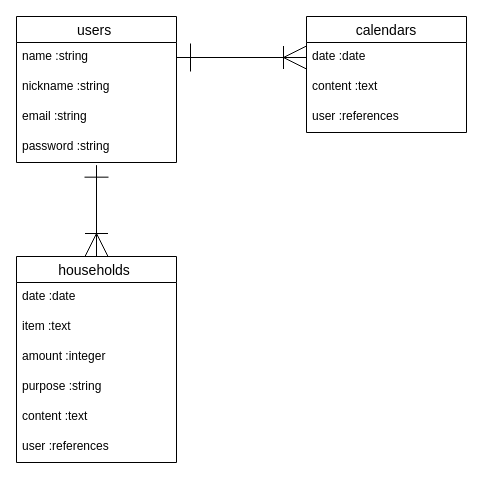
Above: er-view.dio in yukimaru93/chronicle_step (draw.io), before the change. Source tidied: cells renumbered, new cells numbered last; positions are measured from the earlier drawing's top-left corner, leaving out a move shared by most shapes. Both pictures are drawn from the tidied source at 100%, with x=0, y=0 at pixel (16, 16).
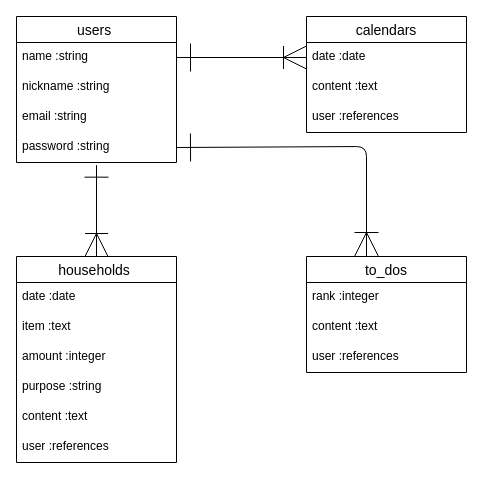
Above is the later version.

The change refers to these unchanged cells:
```xml
<mxCell id="6" value="password :string" style="text;strokeColor=none;fillColor=none;spacingLeft=4;spacingRight=4;overflow=hidden;points=[[0,0.5],[1,0.5]];portConstraint=eastwest;fontSize=12;" parent="2" vertex="1">
  <mxGeometry y="116" width="160" height="30" as="geometry" />
</mxCell>
```

The edit, as a diff of the source:
```diff
@@
+    <mxCell id="20" value="to_dos" style="swimlane;fontStyle=0;horizontal=1;startSize=26;align=center;fontSize=14;" parent="1" vertex="1">
+      <mxGeometry x="290" y="240" width="160" height="116" as="geometry" />
+    </mxCell>
+    <mxCell id="21" value="rank :integer" style="text;strokeColor=none;fillColor=none;spacingLeft=4;spacingRight=4;overflow=hidden;fontSize=12;" parent="20" vertex="1">
+      <mxGeometry y="26" width="160" height="30" as="geometry" />
+    </mxCell>
+    <mxCell id="22" value="content :text" style="text;strokeColor=none;fillColor=none;spacingLeft=4;spacingRight=4;overflow=hidden;fontSize=12;" parent="20" vertex="1">
+      <mxGeometry y="56" width="160" height="30" as="geometry" />
+    </mxCell>
+    <mxCell id="23" value="user :references" style="text;strokeColor=none;fillColor=none;spacingLeft=4;spacingRight=4;overflow=hidden;fontSize=12;" parent="20" vertex="1">
+      <mxGeometry y="86" width="160" height="30" as="geometry" />
+    </mxCell>
+    <mxCell id="24" style="edgeStyle=none;html=1;exitX=1;exitY=0.5;exitDx=0;exitDy=0;startArrow=ERone;startFill=0;endArrow=ERoneToMany;endFill=0;endSize=22;startSize=26;" parent="1" edge="1" source="6">
+      <mxGeometry relative="1" as="geometry">
+        <mxPoint x="350" y="240" as="targetPoint" />
+        <Array as="points">
+          <mxPoint x="350" y="130" />
+        </Array>
+      </mxGeometry>
+    </mxCell>
```
